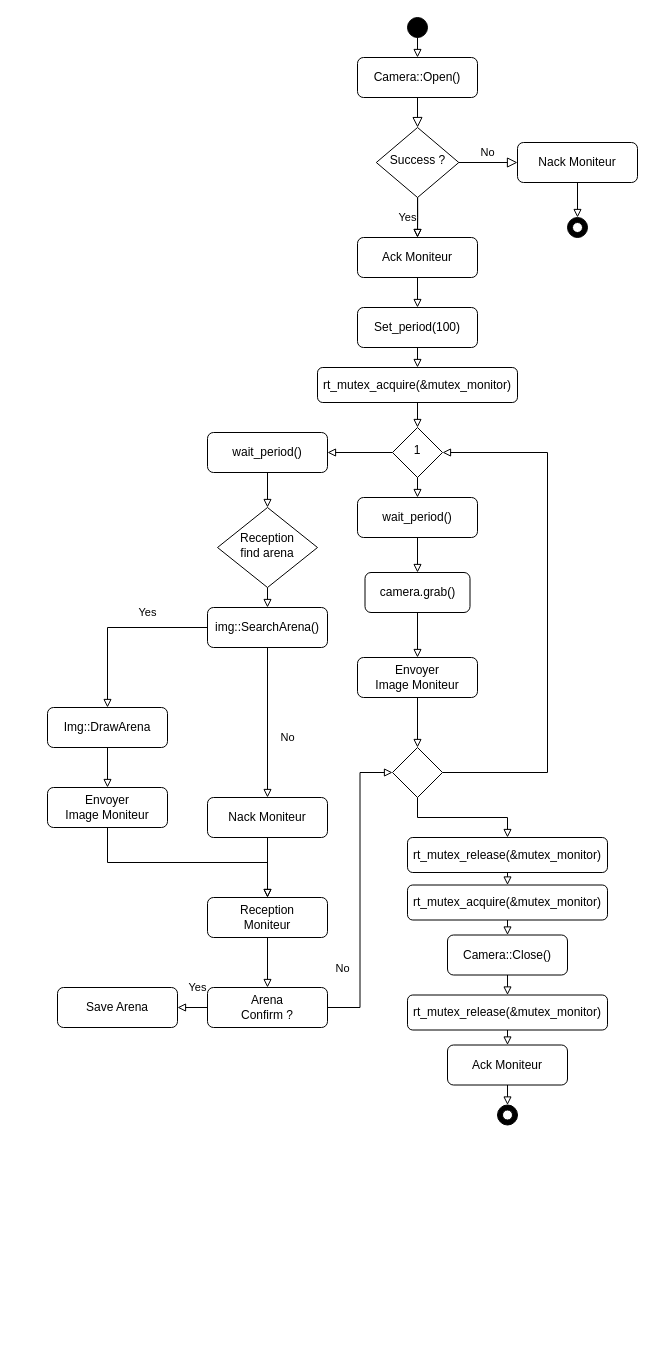
This is Conception/Thread Camera.drawio from Rayanem/Temps_reel, a draw.io file, before an edit. Source tidied: cells renumbered, new cells numbered last; positions are measured from the earlier drawing's top-left corner, leaving out a move shared by most shapes. Both pictures are drawn from the tidied source at 100%, with x=0, y=0 at pixel (47, 17).
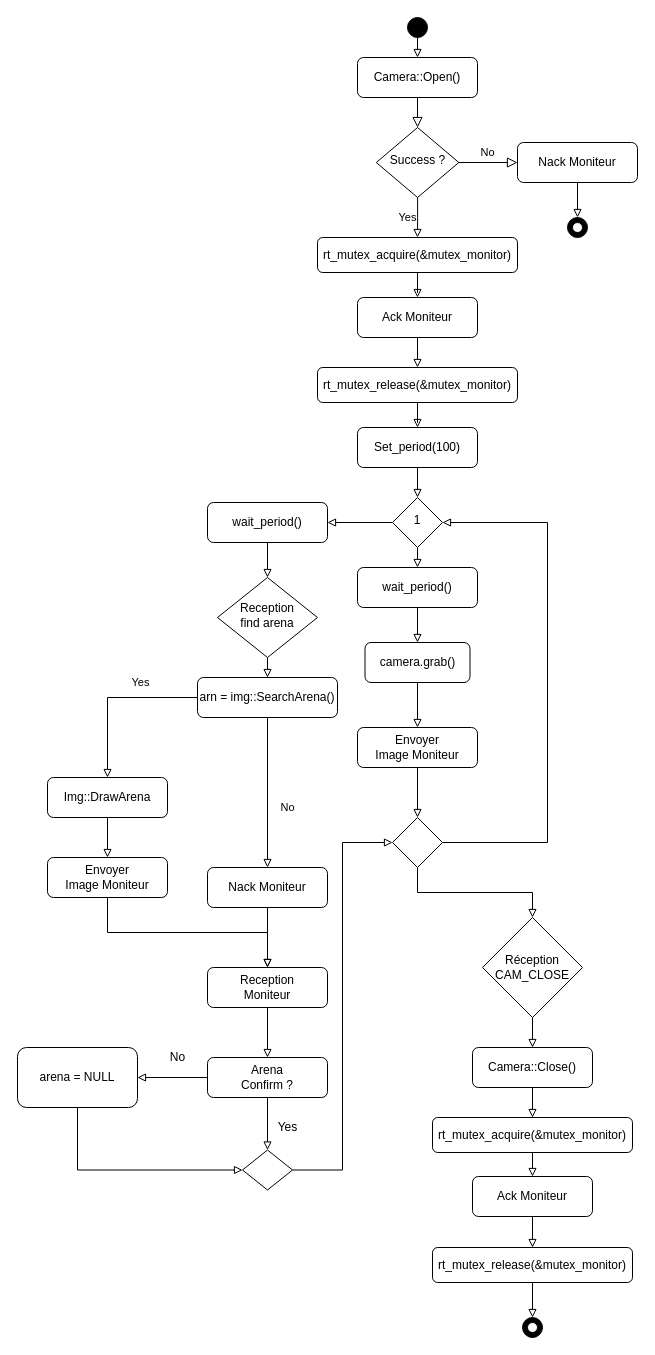
After the change.

The change refers to these unchanged cells:
```xml
<mxCell id="7" value="Success ?" style="rhombus;whiteSpace=wrap;html=1;shadow=0;fontFamily=Helvetica;fontSize=12;align=center;strokeWidth=1;spacing=6;spacingTop=-4;" parent="1" vertex="1">
  <mxGeometry x="328.8" y="110" width="82.5" height="70" as="geometry" />
</mxCell>
```

Change to the diagram source:
```diff
@@
-    <mxCell id="5" style="edgeStyle=orthogonalEdgeStyle;rounded=0;jettySize=auto;html=1;exitX=0.5;exitY=1;exitDx=0;exitDy=0;entryX=0.5;entryY=0;entryDx=0;entryDy=0;endArrow=block;endFill=0;" parent="1" edge="1" source="7" target="16">
-      <mxGeometry relative="1" as="geometry" />
-    </mxCell>
-    <mxCell id="6" value="Yes" style="edgeStyle=orthogonalEdgeStyle;rounded=0;jettySize=auto;html=1;endArrow=block;endFill=0;strokeColor=#000000;" parent="1" edge="1" source="7" target="16">
+    <mxCell id="6" value="Yes" style="edgeStyle=orthogonalEdgeStyle;rounded=0;jettySize=auto;html=1;endArrow=block;endFill=0;strokeColor=#000000;" parent="1" edge="1" source="7" target="44">
       <mxGeometry y="-10" relative="1" as="geometry" />
     </mxCell>
@@
     <mxCell id="10" style="edgeStyle=orthogonalEdgeStyle;rounded=0;jettySize=auto;html=1;exitX=0.5;exitY=1;exitDx=0;exitDy=0;endArrow=block;endFill=0;strokeColor=#000000;" parent="1" edge="1" source="13">
       <mxGeometry relative="1" as="geometry">
-        <mxPoint x="370" y="440" as="targetPoint" />
+        <mxPoint x="370" y="510" as="targetPoint" />
       </mxGeometry>
     </mxCell>
@@
     <mxCell id="13" value="1" style="rhombus;whiteSpace=wrap;html=1;shadow=0;fontFamily=Helvetica;fontSize=12;align=center;strokeWidth=1;spacing=6;spacingTop=-4;" parent="1" vertex="1">
-      <mxGeometry x="345" y="410" width="50" height="50" as="geometry" />
+      <mxGeometry x="345" y="480" width="50" height="50" as="geometry" />
     </mxCell>
-    <mxCell id="14" style="edgeStyle=orthogonalEdgeStyle;rounded=0;jettySize=auto;html=1;exitX=0.5;exitY=1;exitDx=0;exitDy=0;entryX=0.5;entryY=0;entryDx=0;entryDy=0;endArrow=block;endFill=0;" parent="1" edge="1" source="15" target="44">
-      <mxGeometry relative="1" as="geometry" />
-    </mxCell>
-    <mxCell id="15" value="Set_period(100)" style="rounded=1;whiteSpace=wrap;html=1;fontSize=12;glass=0;strokeWidth=1;shadow=0;" parent="1" vertex="1">
-      <mxGeometry x="310" y="290" width="120" height="40" as="geometry" />
-    </mxCell>
     <mxCell id="16" value="Ack Moniteur" style="rounded=1;whiteSpace=wrap;html=1;" parent="1" vertex="1">
-      <mxGeometry x="310" y="220" width="120" height="40" as="geometry" />
+      <mxGeometry x="310" y="280" width="120" height="40" as="geometry" />
     </mxCell>
-    <mxCell id="17" style="endArrow=classic;html=1;strokeColor=#FFFFFF;" parent="1" edge="1">
+    <mxCell id="17" style="endArrow=classic;html=1;strokeColor=#FFFFFF;" parent="1" edge="1" source="15">
       <mxGeometry relative="1" as="geometry">
-        <mxPoint x="350" y="400" as="sourcePoint" />
-        <mxPoint x="400" y="350" as="targetPoint" />
+        <mxPoint x="400" y="420" as="targetPoint" />
       </mxGeometry>
     </mxCell>
-    <mxCell id="18" style="endArrow=block;html=1;strokeColor=#000000;exitX=0.5;exitY=1;exitDx=0;exitDy=0;endFill=0;" parent="1" edge="1" source="16" target="15">
-      <mxGeometry relative="1" as="geometry" />
-    </mxCell>
@@
     <mxCell id="20" value="&lt;div&gt;Reception&lt;/div&gt;&lt;div&gt;find arena&lt;br&gt;&lt;/div&gt;" style="rhombus;whiteSpace=wrap;html=1;shadow=0;fontFamily=Helvetica;fontSize=12;align=center;strokeWidth=1;spacing=6;spacingTop=-4;" parent="1" vertex="1">
-      <mxGeometry x="170" y="490" width="100" height="80" as="geometry" />
+      <mxGeometry x="170" y="560" width="100" height="80" as="geometry" />
     </mxCell>
@@
     <mxCell id="22" value="&lt;div&gt;Envoyer&lt;/div&gt;&lt;div&gt;Image Moniteur&lt;/div&gt;" style="rounded=1;whiteSpace=wrap;html=1;fontSize=12;glass=0;strokeWidth=1;shadow=0;" parent="1" vertex="1">
-      <mxGeometry x="310" y="640" width="120" height="40" as="geometry" />
+      <mxGeometry x="310" y="710" width="120" height="40" as="geometry" />
     </mxCell>
     <mxCell id="23" style="edgeStyle=orthogonalEdgeStyle;rounded=0;jettySize=auto;html=1;exitX=1;exitY=0.5;exitDx=0;exitDy=0;entryX=1;entryY=0.5;entryDx=0;entryDy=0;endArrow=block;endFill=0;strokeColor=#000000;" parent="1" edge="1" source="25" target="13">
       <mxGeometry relative="1" as="geometry">
         <Array as="points">
-          <mxPoint x="500" y="755" />
-          <mxPoint x="500" y="435" />
+          <mxPoint x="500" y="825" />
+          <mxPoint x="500" y="505" />
         </Array>
       </mxGeometry>
     </mxCell>
-    <mxCell id="24" style="edgeStyle=orthogonalEdgeStyle;rounded=0;jettySize=auto;html=1;exitX=0.5;exitY=1;exitDx=0;exitDy=0;entryX=0.5;entryY=0;entryDx=0;entryDy=0;endArrow=block;endFill=0;" parent="1" edge="1" source="25" target="54">
+    <mxCell id="24" style="edgeStyle=orthogonalEdgeStyle;rounded=0;jettySize=auto;html=1;exitX=0.5;exitY=1;exitDx=0;exitDy=0;entryX=0.5;entryY=0;entryDx=0;entryDy=0;endArrow=block;endFill=0;" parent="1" edge="1" source="25" target="77">
       <mxGeometry relative="1" as="geometry" />
     </mxCell>
     <mxCell id="25" style="rhombus;whiteSpace=wrap;html=1;shadow=0;fontFamily=Helvetica;fontSize=12;align=center;strokeWidth=1;spacing=6;spacingTop=-4;" parent="1" vertex="1">
-      <mxGeometry x="345" y="730" width="50" height="50" as="geometry" />
+      <mxGeometry x="345" y="800" width="50" height="50" as="geometry" />
     </mxCell>
-    <mxCell id="26" value="img::SearchArena()" style="rounded=1;whiteSpace=wrap;html=1;fontSize=12;glass=0;strokeWidth=1;shadow=0;" parent="1" vertex="1">
-      <mxGeometry x="160" y="590" width="120" height="40" as="geometry" />
+    <mxCell id="26" value="arn = img::SearchArena()" style="rounded=1;whiteSpace=wrap;html=1;fontSize=12;glass=0;strokeWidth=1;shadow=0;" parent="1" vertex="1">
+      <mxGeometry x="150" y="660" width="140" height="40" as="geometry" />
     </mxCell>
@@
     <mxCell id="30" value="&lt;div&gt;Nack Moniteur&lt;/div&gt;" style="rounded=1;whiteSpace=wrap;html=1;" parent="1" vertex="1">
-      <mxGeometry x="160" y="780" width="120" height="40" as="geometry" />
+      <mxGeometry x="160" y="850" width="120" height="40" as="geometry" />
     </mxCell>
@@
     <mxCell id="32" value="&lt;div&gt;Img::DrawArena&lt;br&gt;&lt;/div&gt;" style="rounded=1;whiteSpace=wrap;html=1;" parent="1" vertex="1">
-      <mxGeometry y="690" width="120" height="40" as="geometry" />
+      <mxGeometry y="760" width="120" height="40" as="geometry" />
     </mxCell>
@@
     <mxCell id="34" value="&lt;div&gt;Envoyer&lt;/div&gt;&lt;div&gt;Image Moniteur&lt;/div&gt;" style="rounded=1;whiteSpace=wrap;html=1;fontSize=12;glass=0;strokeWidth=1;shadow=0;" parent="1" vertex="1">
-      <mxGeometry y="770" width="120" height="40" as="geometry" />
+      <mxGeometry y="840" width="120" height="40" as="geometry" />
     </mxCell>
@@
     <mxCell id="36" value="&lt;div&gt;Reception&lt;/div&gt;&lt;div&gt;Moniteur&lt;/div&gt;" style="rounded=1;whiteSpace=wrap;html=1;fontSize=12;glass=0;strokeWidth=1;shadow=0;" parent="1" vertex="1">
-      <mxGeometry x="160" y="880" width="120" height="40" as="geometry" />
+      <mxGeometry x="160" y="950" width="120" height="40" as="geometry" />
     </mxCell>
-    <mxCell id="37" value="No" style="edgeStyle=orthogonalEdgeStyle;rounded=0;jettySize=auto;html=1;exitX=1;exitY=0.5;exitDx=0;exitDy=0;entryX=0;entryY=0.5;entryDx=0;entryDy=0;endArrow=block;endFill=0;strokeColor=#000000;" parent="1" edge="1" source="42" target="25">
-      <mxGeometry x="-0.52" y="18" relative="1" as="geometry" />
-    </mxCell>
-    <mxCell id="38" value="Yes" style="edgeStyle=orthogonalEdgeStyle;rounded=0;jettySize=auto;html=1;exitX=0;exitY=0.5;exitDx=0;exitDy=0;entryX=1;entryY=0.5;entryDx=0;entryDy=0;endArrow=block;endFill=0;strokeColor=#000000;" parent="1" edge="1" source="42" target="39">
-      <mxGeometry x="-0.33" y="-20" relative="1" as="geometry" />
-    </mxCell>
-    <mxCell id="39" value="Save Arena" style="rounded=1;whiteSpace=wrap;html=1;fontSize=12;glass=0;strokeWidth=1;shadow=0;" parent="1" vertex="1">
-      <mxGeometry x="10" y="970" width="120" height="40" as="geometry" />
-    </mxCell>
@@
+    <mxCell id="65" style="edgeStyle=orthogonalEdgeStyle;rounded=0;jettySize=auto;html=1;endArrow=block;endFill=0;" parent="1" edge="1" source="42" target="73">
+      <mxGeometry relative="1" as="geometry" />
+    </mxCell>
+    <mxCell id="66" style="edgeStyle=orthogonalEdgeStyle;rounded=0;jettySize=auto;html=1;endArrow=block;endFill=0;entryX=1;entryY=0.5;entryDx=0;entryDy=0;" parent="1" edge="1" source="42" target="75">
+      <mxGeometry relative="1" as="geometry" />
+    </mxCell>
     <mxCell id="42" value="&lt;div&gt;Arena&lt;/div&gt;&lt;div&gt;Confirm ?&lt;/div&gt;" style="rounded=1;whiteSpace=wrap;html=1;fontSize=12;glass=0;strokeWidth=1;shadow=0;" parent="1" vertex="1">
-      <mxGeometry x="160" y="970" width="120" height="40" as="geometry" />
+      <mxGeometry x="160" y="1040" width="120" height="40" as="geometry" />
     </mxCell>
-    <mxCell id="43" style="edgeStyle=orthogonalEdgeStyle;rounded=0;jettySize=auto;html=1;exitX=0.5;exitY=1;exitDx=0;exitDy=0;entryX=0.5;entryY=0;entryDx=0;entryDy=0;endArrow=block;endFill=0;" parent="1" edge="1" source="44" target="13">
+    <mxCell id="43" style="edgeStyle=orthogonalEdgeStyle;rounded=0;jettySize=auto;html=1;exitX=0.5;exitY=1;exitDx=0;exitDy=0;entryX=0.5;entryY=0;entryDx=0;entryDy=0;endArrow=block;endFill=0;" parent="1" edge="1" source="15" target="13">
       <mxGeometry relative="1" as="geometry" />
     </mxCell>
+    <mxCell id="67" style="edgeStyle=orthogonalEdgeStyle;rounded=0;jettySize=auto;html=1;entryX=0.5;entryY=0;entryDx=0;entryDy=0;endArrow=block;endFill=0;" parent="1" edge="1" source="44" target="16">
+      <mxGeometry relative="1" as="geometry" />
+    </mxCell>
     <mxCell id="44" value="&lt;div&gt;rt_mutex_acquire(&amp;amp;mutex_monitor)&lt;/div&gt;" style="rounded=1;whiteSpace=wrap;html=1;fontSize=12;glass=0;strokeWidth=1;shadow=0;" parent="1" vertex="1">
-      <mxGeometry x="270" y="350" width="200" height="35" as="geometry" />
+      <mxGeometry x="270" y="220" width="200" height="35" as="geometry" />
     </mxCell>
@@
     <mxCell id="46" value="camera.grab()" style="rounded=1;whiteSpace=wrap;html=1;fontSize=12;glass=0;strokeWidth=1;shadow=0;" parent="1" vertex="1">
-      <mxGeometry x="317.5" y="555" width="105" height="40" as="geometry" />
+      <mxGeometry x="317.5" y="625" width="105" height="40" as="geometry" />
     </mxCell>
     <mxCell id="47" style="ellipse;whiteSpace=wrap;html=1;fillColor=#000000;" parent="1" vertex="1">
-      <mxGeometry x="450" y="1087.5" width="20" height="20" as="geometry" />
+      <mxGeometry x="475" y="1300" width="20" height="20" as="geometry" />
     </mxCell>
     <mxCell id="48" style="ellipse;whiteSpace=wrap;html=1;" parent="1" vertex="1">
-      <mxGeometry x="455" y="1092.5" width="10" height="10" as="geometry" />
+      <mxGeometry x="480" y="1305" width="10" height="10" as="geometry" />
     </mxCell>
-    <mxCell id="49" style="edgeStyle=orthogonalEdgeStyle;rounded=0;jettySize=auto;html=1;exitX=0.5;exitY=1;exitDx=0;exitDy=0;entryX=0.5;entryY=0;entryDx=0;entryDy=0;endArrow=block;endFill=0;" parent="1" edge="1" source="50" target="58">
+    <mxCell id="49" style="edgeStyle=orthogonalEdgeStyle;rounded=0;jettySize=auto;html=1;exitX=0.5;exitY=1;exitDx=0;exitDy=0;entryX=0.5;entryY=0;entryDx=0;entryDy=0;endArrow=block;endFill=0;" parent="1" edge="1" source="50" target="56">
       <mxGeometry relative="1" as="geometry" />
     </mxCell>
     <mxCell id="50" value="Camera::Close()" style="rounded=1;whiteSpace=wrap;html=1;fontSize=12;glass=0;strokeWidth=1;shadow=0;" parent="1" vertex="1">
-      <mxGeometry x="400" y="917.5" width="120" height="40" as="geometry" />
+      <mxGeometry x="425" y="1030" width="120" height="40" as="geometry" />
     </mxCell>
-    <mxCell id="51" style="edgeStyle=orthogonalEdgeStyle;rounded=0;jettySize=auto;html=1;exitX=0.5;exitY=1;exitDx=0;exitDy=0;entryX=0.5;entryY=0;entryDx=0;entryDy=0;endArrow=block;endFill=0;" parent="1" edge="1" source="52" target="47">
+    <mxCell id="51" style="edgeStyle=orthogonalEdgeStyle;rounded=0;jettySize=auto;html=1;exitX=0.5;exitY=1;exitDx=0;exitDy=0;endArrow=block;endFill=0;" parent="1" edge="1" source="52" target="79">
       <mxGeometry relative="1" as="geometry" />
     </mxCell>
     <mxCell id="52" value="Ack Moniteur" style="rounded=1;whiteSpace=wrap;html=1;" parent="1" vertex="1">
-      <mxGeometry x="400" y="1027.5" width="120" height="40" as="geometry" />
+      <mxGeometry x="425" y="1159" width="120" height="40" as="geometry" />
     </mxCell>
-    <mxCell id="53" style="edgeStyle=orthogonalEdgeStyle;rounded=0;jettySize=auto;html=1;exitX=0.5;exitY=1;exitDx=0;exitDy=0;entryX=0.5;entryY=0;entryDx=0;entryDy=0;endArrow=block;endFill=0;" parent="1" edge="1" source="54" target="56">
-      <mxGeometry relative="1" as="geometry" />
-    </mxCell>
-    <mxCell id="54" value="&lt;div&gt;rt_mutex_release(&amp;amp;mutex_monitor)&lt;/div&gt;" style="rounded=1;whiteSpace=wrap;html=1;fontSize=12;glass=0;strokeWidth=1;shadow=0;" parent="1" vertex="1">
-      <mxGeometry x="360" y="820" width="200" height="35" as="geometry" />
-    </mxCell>
-    <mxCell id="55" style="edgeStyle=orthogonalEdgeStyle;rounded=0;jettySize=auto;html=1;exitX=0.5;exitY=1;exitDx=0;exitDy=0;entryX=0.5;entryY=0;entryDx=0;entryDy=0;endArrow=block;endFill=0;" parent="1" edge="1" source="56" target="50">
-      <mxGeometry relative="1" as="geometry" />
-    </mxCell>
-    <mxCell id="56" value="&lt;div&gt;rt_mutex_acquire(&amp;amp;mutex_monitor)&lt;/div&gt;" style="rounded=1;whiteSpace=wrap;html=1;fontSize=12;glass=0;strokeWidth=1;shadow=0;" parent="1" vertex="1">
-      <mxGeometry x="360" y="867.5" width="200" height="35" as="geometry" />
-    </mxCell>
-    <mxCell id="57" style="edgeStyle=orthogonalEdgeStyle;rounded=0;jettySize=auto;html=1;exitX=0.5;exitY=1;exitDx=0;exitDy=0;entryX=0.5;entryY=0;entryDx=0;entryDy=0;endArrow=block;endFill=0;" parent="1" edge="1" source="58" target="52">
+    <mxCell id="57" style="edgeStyle=orthogonalEdgeStyle;rounded=0;jettySize=auto;html=1;exitX=0.5;exitY=1;exitDx=0;exitDy=0;entryX=0.5;entryY=0;entryDx=0;entryDy=0;endArrow=block;endFill=0;" parent="1" edge="1" source="56" target="52">
       <mxGeometry relative="1" as="geometry" />
     </mxCell>
-    <mxCell id="58" value="&lt;div&gt;rt_mutex_release(&amp;amp;mutex_monitor)&lt;/div&gt;" style="rounded=1;whiteSpace=wrap;html=1;fontSize=12;glass=0;strokeWidth=1;shadow=0;" parent="1" vertex="1">
-      <mxGeometry x="360" y="977.5" width="200" height="35" as="geometry" />
-    </mxCell>
@@
     <mxCell id="62" value="wait_period()" style="rounded=1;whiteSpace=wrap;html=1;fontSize=12;glass=0;strokeWidth=1;shadow=0;" parent="1" vertex="1">
-      <mxGeometry x="310" y="480" width="120" height="40" as="geometry" />
+      <mxGeometry x="310" y="550" width="120" height="40" as="geometry" />
     </mxCell>
@@
     <mxCell id="64" value="wait_period()" style="rounded=1;whiteSpace=wrap;html=1;fontSize=12;glass=0;strokeWidth=1;shadow=0;" parent="1" vertex="1">
-      <mxGeometry x="160" y="415" width="120" height="40" as="geometry" />
+      <mxGeometry x="160" y="485" width="120" height="40" as="geometry" />
     </mxCell>
+    <mxCell id="15" value="Set_period(100)" style="rounded=1;whiteSpace=wrap;html=1;fontSize=12;glass=0;strokeWidth=1;shadow=0;" parent="1" vertex="1">
+      <mxGeometry x="310" y="410" width="120" height="40" as="geometry" />
+    </mxCell>
+    <mxCell id="68" style="endArrow=classic;html=1;strokeColor=#FFFFFF;" parent="1" edge="1" target="15">
+      <mxGeometry relative="1" as="geometry">
+        <mxPoint x="350" y="470" as="sourcePoint" />
+      </mxGeometry>
+    </mxCell>
+    <mxCell id="69" style="edgeStyle=orthogonalEdgeStyle;rounded=0;jettySize=auto;html=1;endArrow=block;endFill=0;strokeColor=#000000;exitX=0.5;exitY=1;exitDx=0;exitDy=0;" parent="1" edge="1" source="16" target="71">
+      <mxGeometry y="-10" relative="1" as="geometry" />
+    </mxCell>
+    <mxCell id="70" style="edgeStyle=orthogonalEdgeStyle;rounded=0;jettySize=auto;html=1;endArrow=block;endFill=0;" parent="1" edge="1" source="71" target="15">
+      <mxGeometry relative="1" as="geometry" />
+    </mxCell>
+    <mxCell id="71" value="&lt;div&gt;rt_mutex_release(&amp;amp;mutex_monitor)&lt;/div&gt;" style="rounded=1;whiteSpace=wrap;html=1;fontSize=12;glass=0;strokeWidth=1;shadow=0;" parent="1" vertex="1">
+      <mxGeometry x="270" y="350" width="200" height="35" as="geometry" />
+    </mxCell>
+    <mxCell id="72" style="edgeStyle=orthogonalEdgeStyle;rounded=0;jettySize=auto;html=1;entryX=0;entryY=0.5;entryDx=0;entryDy=0;endArrow=block;endFill=0;" parent="1" edge="1" source="73" target="25">
+      <mxGeometry relative="1" as="geometry" />
+    </mxCell>
+    <mxCell id="73" style="rhombus;whiteSpace=wrap;html=1;" parent="1" vertex="1">
+      <mxGeometry x="195" y="1132.5" width="50" height="40" as="geometry" />
+    </mxCell>
+    <mxCell id="38" value="Yes&lt;br&gt;" style="text;html=1;align=center;verticalAlign=middle;" parent="1" vertex="1">
+      <mxGeometry x="225" y="1100" width="30" height="20" as="geometry" />
+    </mxCell>
+    <mxCell id="74" style="edgeStyle=orthogonalEdgeStyle;rounded=0;jettySize=auto;html=1;entryX=0;entryY=0.5;entryDx=0;entryDy=0;endArrow=block;endFill=0;" parent="1" edge="1" source="75" target="73">
+      <mxGeometry relative="1" as="geometry">
+        <Array as="points">
+          <mxPoint x="30" y="1153" />
+        </Array>
+      </mxGeometry>
+    </mxCell>
+    <mxCell id="75" value="arena = NULL" style="rounded=1;whiteSpace=wrap;html=1;" parent="1" vertex="1">
+      <mxGeometry x="-30" y="1030" width="120" height="60" as="geometry" />
+    </mxCell>
+    <mxCell id="37" value="No&lt;br&gt;" style="text;html=1;align=center;verticalAlign=middle;" parent="1" vertex="1">
+      <mxGeometry x="115" y="1030" width="30" height="20" as="geometry" />
+    </mxCell>
+    <mxCell id="76" style="edgeStyle=orthogonalEdgeStyle;rounded=0;jettySize=auto;html=1;entryX=0.5;entryY=0;entryDx=0;entryDy=0;endArrow=block;endFill=0;" parent="1" edge="1" source="77" target="50">
+      <mxGeometry relative="1" as="geometry" />
+    </mxCell>
+    <mxCell id="77" value="Réception&lt;br&gt;CAM_CLOSE" style="rhombus;whiteSpace=wrap;html=1;" parent="1" vertex="1">
+      <mxGeometry x="435" y="900" width="100" height="100" as="geometry" />
+    </mxCell>
+    <mxCell id="78" style="edgeStyle=orthogonalEdgeStyle;rounded=0;jettySize=auto;html=1;entryX=0.5;entryY=0;entryDx=0;entryDy=0;endArrow=block;endFill=0;" parent="1" edge="1" source="79" target="47">
+      <mxGeometry relative="1" as="geometry" />
+    </mxCell>
+    <mxCell id="79" value="&lt;div&gt;rt_mutex_release(&amp;amp;mutex_monitor)&lt;/div&gt;" style="rounded=1;whiteSpace=wrap;html=1;fontSize=12;glass=0;strokeWidth=1;shadow=0;" parent="1" vertex="1">
+      <mxGeometry x="385" y="1230" width="200" height="35" as="geometry" />
+    </mxCell>
+    <mxCell id="56" value="&lt;div&gt;rt_mutex_acquire(&amp;amp;mutex_monitor)&lt;/div&gt;" style="rounded=1;whiteSpace=wrap;html=1;fontSize=12;glass=0;strokeWidth=1;shadow=0;" parent="1" vertex="1">
+      <mxGeometry x="385" y="1100" width="200" height="35" as="geometry" />
+    </mxCell>
```
